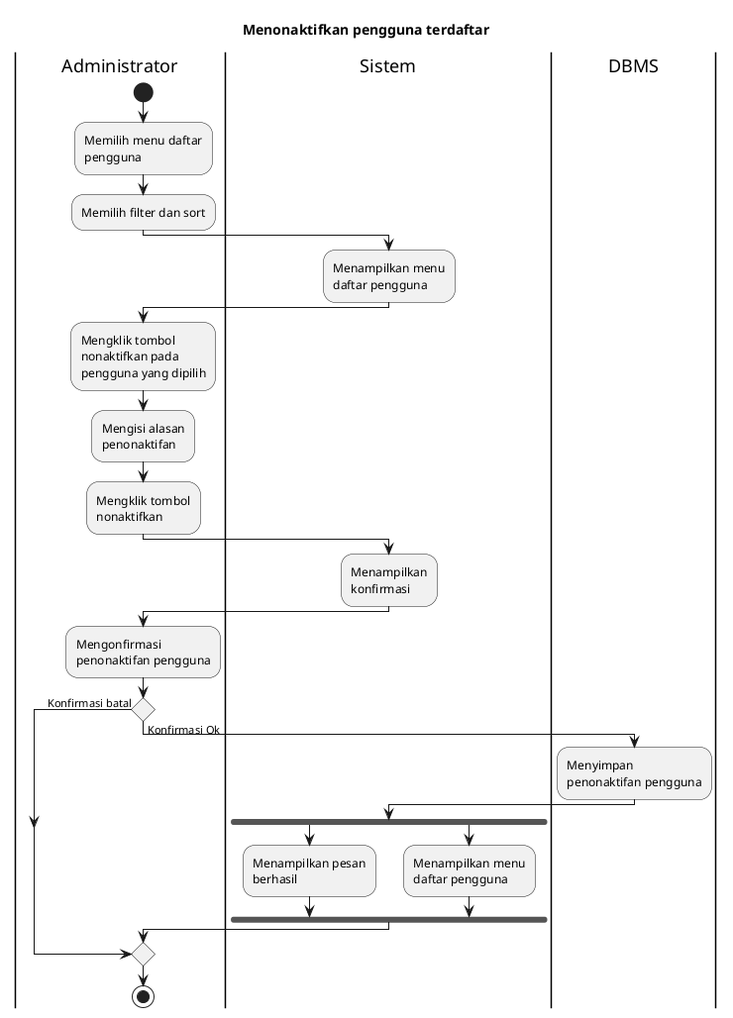
This is export/Activity Diagrams/UC-MGUSER - Manajemen Pengguna/UC-MGUSER-002 - Menonaktifkan pengguna terdaftar.png from bagusNA/appl-diagrams, a PlantUML export, as it was before one commit.
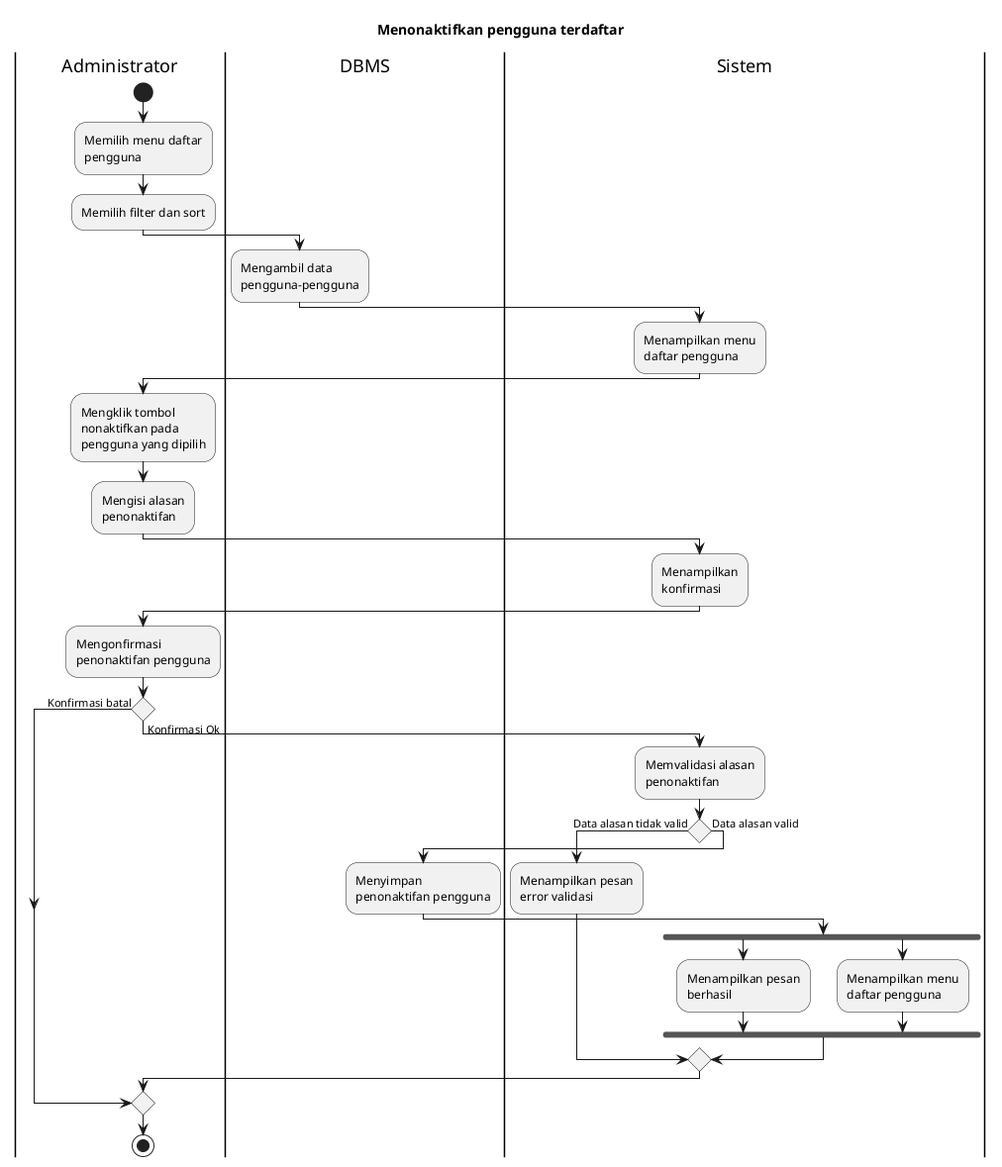
After the change.

What changed in the source:
```diff
@@ -8,13 +8,15 @@
 :Memilih menu daftar pengguna;
 :Memilih filter dan sort;
 
+|DBMS|
+:Mengambil data pengguna-pengguna;
+
 |Sistem|
 :Menampilkan menu daftar pengguna;
 
 |Administrator|
 :Mengklik tombol nonaktifkan pada pengguna yang dipilih;
 :Mengisi alasan penonaktifan;
-:Mengklik tombol nonaktifkan;
 
 |Sistem|
 :Menampilkan konfirmasi;
@@ -24,15 +26,22 @@
 
 if () then (Konfirmasi batal)
 else (Konfirmasi Ok)
-  |DBMS|
-  :Menyimpan penonaktifan pengguna;
+  |Sistem|
+  :Memvalidasi alasan penonaktifan;
 
-  |Sistem|
-  fork
-    :Menampilkan pesan berhasil;
-  fork again
-    :Menampilkan menu daftar pengguna;
-  endfork
+  if () then (Data alasan tidak valid)
+    :Menampilkan pesan error validasi;
+  else (Data alasan valid)
+    |DBMS|
+    :Menyimpan penonaktifan pengguna;
+
+    |Sistem|
+    fork
+      :Menampilkan pesan berhasil;
+    fork again
+      :Menampilkan menu daftar pengguna;
+    endfork
+  endif
 endif
 
 |Administrator|
```
